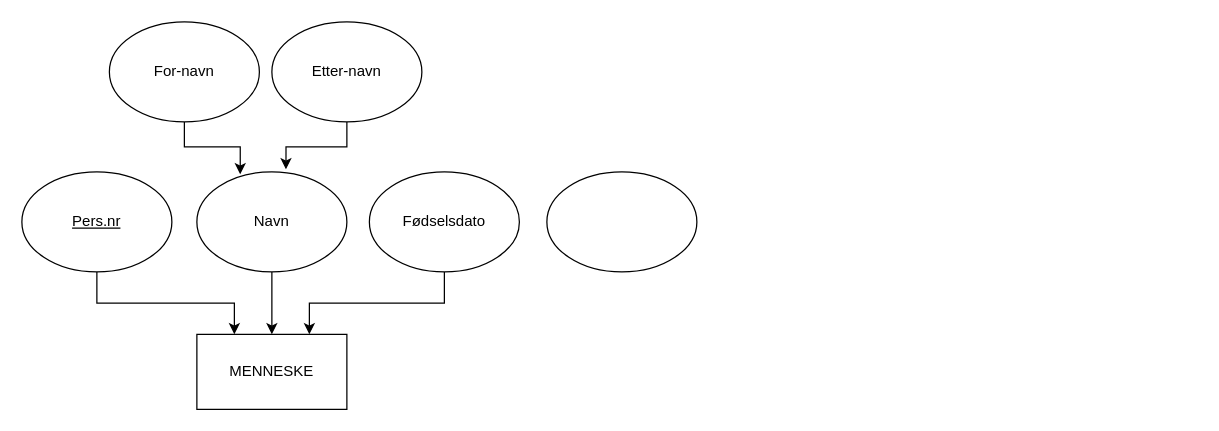
Above: Untitled Diagram.drawio in bendikmd/in2090 (draw.io), before the change. Source tidied: cells renumbered, new cells numbered last; positions are measured from the earlier drawing's top-left corner, leaving out a move shared by most shapes. Both pictures are drawn from the tidied source at 125%, with x=0, y=0 at pixel (21, 21).
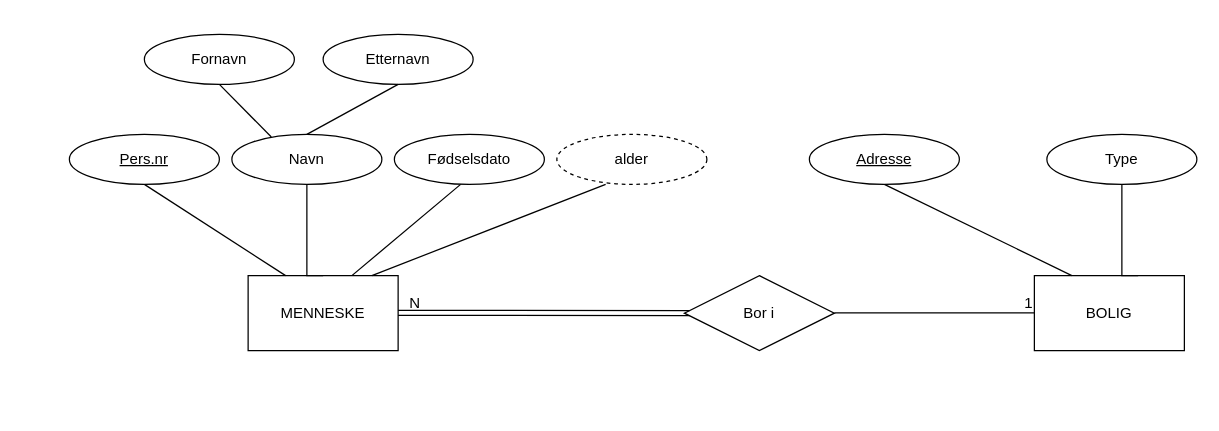
Above is the later version.

What changed in the source:
```diff
@@
     <mxCell id="2" value="MENNESKE" style="rounded=0;whiteSpace=wrap;html=1;" parent="1" vertex="1">
-      <mxGeometry x="140" y="250" width="120" height="60" as="geometry" />
+      <mxGeometry x="181" y="203" width="120" height="60" as="geometry" />
     </mxCell>
-    <mxCell id="3" style="edgeStyle=orthogonalEdgeStyle;rounded=0;jettySize=auto;html=1;exitX=0.5;exitY=1;exitDx=0;exitDy=0;entryX=0.25;entryY=0;entryDx=0;entryDy=0;" parent="1" edge="1" source="4" target="2">
+    <mxCell id="3" style="rounded=0;jettySize=auto;html=1;exitX=0.5;exitY=1;exitDx=0;exitDy=0;entryX=0.25;entryY=0;entryDx=0;entryDy=0;strokeColor=default;endArrow=none;endFill=0;" parent="1" edge="1" source="4" target="2">
       <mxGeometry relative="1" as="geometry" />
     </mxCell>
     <mxCell id="4" value="&lt;u&gt;Pers.nr&lt;/u&gt;" style="ellipse;whiteSpace=wrap;html=1;" parent="1" vertex="1">
-      <mxGeometry y="120" width="120" height="80" as="geometry" />
+      <mxGeometry x="38" y="90" width="120" height="40" as="geometry" />
     </mxCell>
-    <mxCell id="5" style="edgeStyle=orthogonalEdgeStyle;rounded=0;jettySize=auto;html=1;exitX=0.5;exitY=1;exitDx=0;exitDy=0;entryX=0.5;entryY=0;entryDx=0;entryDy=0;" parent="1" edge="1" source="6" target="2">
-      <mxGeometry relative="1" as="geometry" />
+    <mxCell id="5" style="edgeStyle=orthogonalEdgeStyle;rounded=0;jettySize=auto;html=1;exitX=0.5;exitY=1;exitDx=0;exitDy=0;entryX=0.5;entryY=0;entryDx=0;entryDy=0;endArrow=none;endFill=0;" parent="1" edge="1" source="6" target="2">
+      <mxGeometry relative="1" as="geometry">
+        <Array as="points">
+          <mxPoint x="228" y="203" />
+        </Array>
+      </mxGeometry>
     </mxCell>
     <mxCell id="6" value="Navn" style="ellipse;whiteSpace=wrap;html=1;" parent="1" vertex="1">
-      <mxGeometry x="140" y="120" width="120" height="80" as="geometry" />
+      <mxGeometry x="168" y="90" width="120" height="40" as="geometry" />
     </mxCell>
-    <mxCell id="7" value="For-navn" style="ellipse;whiteSpace=wrap;html=1;" parent="1" vertex="1">
-      <mxGeometry x="70" width="120" height="80" as="geometry" />
+    <mxCell id="7" value="Fornavn" style="ellipse;whiteSpace=wrap;html=1;" parent="1" vertex="1">
+      <mxGeometry x="98" y="10" width="120" height="40" as="geometry" />
     </mxCell>
-    <mxCell id="8" value="Etter-navn" style="ellipse;whiteSpace=wrap;html=1;" parent="1" vertex="1">
-      <mxGeometry x="200" width="120" height="80" as="geometry" />
+    <mxCell id="8" value="Etternavn" style="ellipse;whiteSpace=wrap;html=1;" parent="1" vertex="1">
+      <mxGeometry x="241" y="10" width="120" height="40" as="geometry" />
     </mxCell>
-    <mxCell id="9" style="edgeStyle=orthogonalEdgeStyle;rounded=0;jettySize=auto;html=1;exitX=0.5;exitY=1;exitDx=0;exitDy=0;entryX=0.75;entryY=0;entryDx=0;entryDy=0;" parent="1" edge="1" source="10" target="2">
-      <mxGeometry relative="1" as="geometry" />
+    <mxCell id="9" style="rounded=0;orthogonalLoop=1;jettySize=auto;html=1;exitX=0.5;exitY=1;exitDx=0;exitDy=0;entryX=0.75;entryY=0;entryDx=0;entryDy=0;endArrow=none;endFill=0;" parent="1" edge="1">
+      <mxGeometry relative="1" as="geometry">
+        <mxPoint x="351" y="130" as="sourcePoint" />
+        <mxPoint x="264" y="203" as="targetPoint" />
+      </mxGeometry>
     </mxCell>
     <mxCell id="10" value="Fødselsdato" style="ellipse;whiteSpace=wrap;html=1;" parent="1" vertex="1">
-      <mxGeometry x="278" y="120" width="120" height="80" as="geometry" />
+      <mxGeometry x="298" y="90" width="120" height="40" as="geometry" />
     </mxCell>
-    <mxCell id="11" style="edgeStyle=orthogonalEdgeStyle;rounded=0;jettySize=auto;html=1;exitX=0.5;exitY=1;exitDx=0;exitDy=0;entryX=0.289;entryY=0.025;entryDx=0;entryDy=0;entryPerimeter=0;" parent="1" edge="1" source="7" target="6">
+    <mxCell id="11" style="rounded=0;jettySize=auto;html=1;exitX=0.5;exitY=1;exitDx=0;exitDy=0;entryX=0.263;entryY=0.053;entryDx=0;entryDy=0;entryPerimeter=0;endArrow=none;endFill=0;" parent="1" edge="1" source="7" target="6">
       <mxGeometry relative="1" as="geometry" />
     </mxCell>
-    <mxCell id="12" style="edgeStyle=orthogonalEdgeStyle;rounded=0;jettySize=auto;html=1;exitX=0.5;exitY=1;exitDx=0;exitDy=0;entryX=0.594;entryY=-0.025;entryDx=0;entryDy=0;entryPerimeter=0;" parent="1" edge="1" source="8" target="6">
+    <mxCell id="12" style="rounded=0;jettySize=auto;html=1;exitX=0.5;exitY=1;exitDx=0;exitDy=0;entryX=0.5;entryY=0;entryDx=0;entryDy=0;endArrow=none;endFill=0;" parent="1" edge="1" source="8" target="6">
       <mxGeometry relative="1" as="geometry" />
     </mxCell>
+    <mxCell id="14" style="rounded=0;orthogonalLoop=1;jettySize=auto;html=1;exitX=0.5;exitY=1;exitDx=0;exitDy=0;entryX=1;entryY=0;entryDx=0;entryDy=0;endArrow=none;endFill=0;" parent="1" edge="1">
+      <mxGeometry relative="1" as="geometry">
+        <mxPoint x="467" y="130" as="sourcePoint" />
+        <mxPoint x="280" y="203" as="targetPoint" />
+      </mxGeometry>
+    </mxCell>
-    <mxCell id="13" style="ellipse;whiteSpace=wrap;html=1;" parent="1" vertex="1">
-      <mxGeometry x="420" y="120" width="120" height="80" as="geometry" />
+    <mxCell id="13" value="alder" style="ellipse;whiteSpace=wrap;html=1;dashed=1;" parent="1" vertex="1">
+      <mxGeometry x="428" y="90" width="120" height="40" as="geometry" />
     </mxCell>
+    <mxCell id="15" value="Bor i" style="shape=rhombus;perimeter=rhombusPerimeter;whiteSpace=wrap;html=1;align=center;" parent="1" vertex="1">
+      <mxGeometry x="530" y="203" width="120" height="60" as="geometry" />
+    </mxCell>
+    <mxCell id="16" value="BOLIG" style="rounded=0;whiteSpace=wrap;html=1;" parent="1" vertex="1">
+      <mxGeometry x="810" y="203" width="120" height="60" as="geometry" />
+    </mxCell>
+    <mxCell id="17" style="shape=link;html=1;rounded=0;entryX=0.035;entryY=0.5;entryDx=0;entryDy=0;entryPerimeter=0;" parent="1" edge="1" target="15">
+      <mxGeometry relative="1" as="geometry">
+        <mxPoint x="301" y="232.8" as="sourcePoint" />
+      </mxGeometry>
+    </mxCell>
+    <mxCell id="18" value="N" style="html=1;whiteSpace=wrap;align=right;verticalAlign=bottom;" parent="17" vertex="1">
+      <mxGeometry x="1" relative="1" as="geometry">
+        <mxPoint x="-214" as="offset" />
+      </mxGeometry>
+    </mxCell>
+    <mxCell id="19" style="endArrow=none;html=1;rounded=0;" parent="1" edge="1">
+      <mxGeometry relative="1" as="geometry">
+        <mxPoint x="650" y="232.8" as="sourcePoint" />
+        <mxPoint x="810" y="232.8" as="targetPoint" />
+      </mxGeometry>
+    </mxCell>
+    <mxCell id="20" value="1" style="html=1;whiteSpace=wrap;align=right;verticalAlign=bottom;" parent="19" vertex="1">
+      <mxGeometry x="1" relative="1" as="geometry" />
+    </mxCell>
+    <mxCell id="21" style="rounded=0;jettySize=auto;html=1;exitX=0.5;exitY=1;exitDx=0;exitDy=0;strokeColor=default;endArrow=none;endFill=0;entryX=0.25;entryY=0;entryDx=0;entryDy=0;" parent="1" edge="1" source="22" target="16">
+      <mxGeometry relative="1" as="geometry" />
+    </mxCell>
+    <mxCell id="22" value="&lt;u&gt;Adresse&lt;/u&gt;" style="ellipse;whiteSpace=wrap;html=1;" parent="1" vertex="1">
+      <mxGeometry x="630" y="90" width="120" height="40" as="geometry" />
+    </mxCell>
+    <mxCell id="23" value="Type" style="ellipse;whiteSpace=wrap;html=1;" parent="1" vertex="1">
+      <mxGeometry x="820" y="90" width="120" height="40" as="geometry" />
+    </mxCell>
+    <mxCell id="24" style="edgeStyle=orthogonalEdgeStyle;rounded=0;orthogonalLoop=1;jettySize=auto;html=1;exitX=0.5;exitY=1;exitDx=0;exitDy=0;entryX=0.5;entryY=0;entryDx=0;entryDy=0;endArrow=none;endFill=0;" parent="1" edge="1">
+      <mxGeometry relative="1" as="geometry">
+        <mxPoint x="880" y="130" as="sourcePoint" />
+        <mxPoint x="893" y="203" as="targetPoint" />
+        <Array as="points">
+          <mxPoint x="880" y="203" />
+        </Array>
+      </mxGeometry>
+    </mxCell>
```
